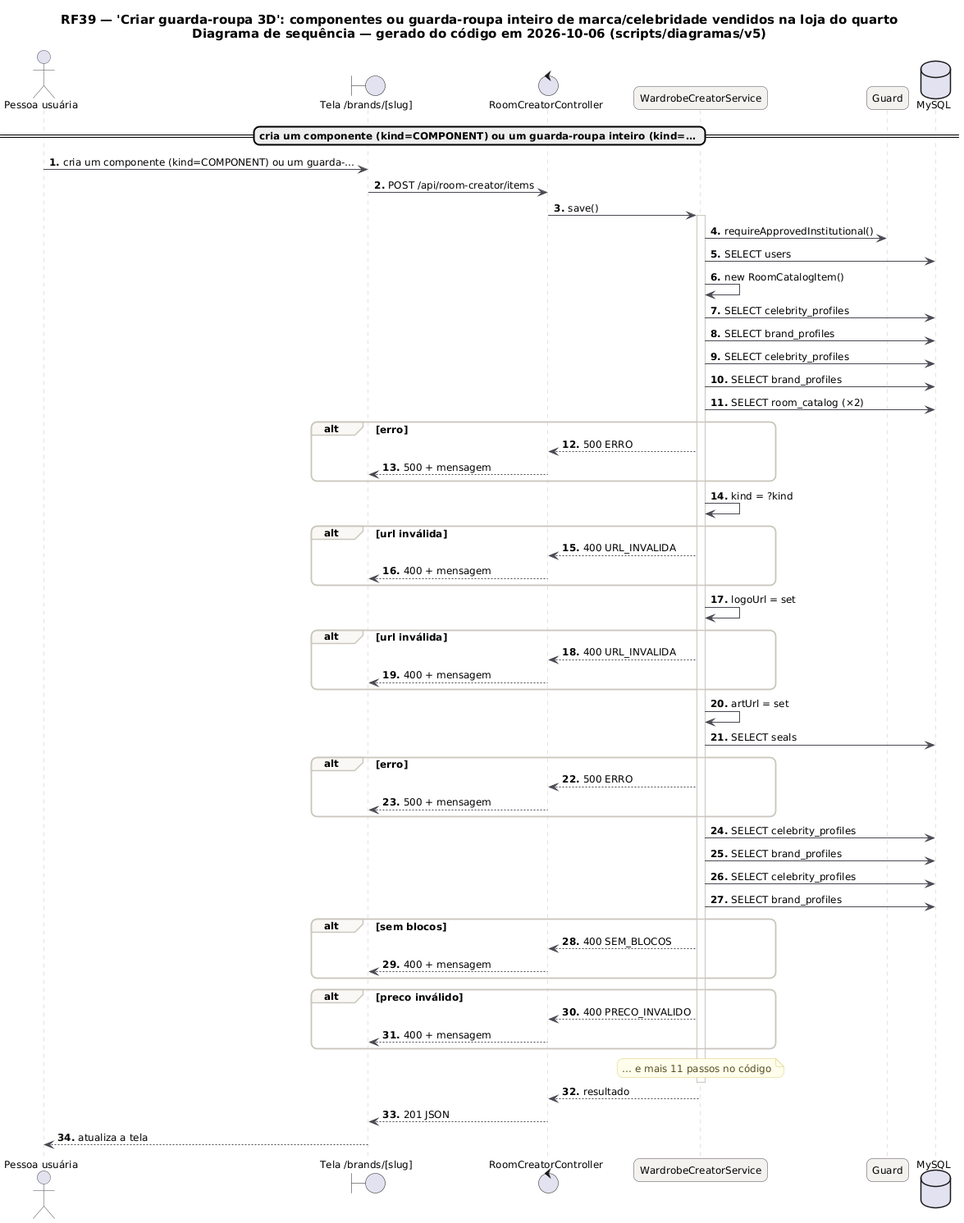
The PlantUML diagram docs/diagramas/RF39/RF39_Sequencia.png in MatheusHaliski/tcc-2026-fashion-ai-backend, before a commit.
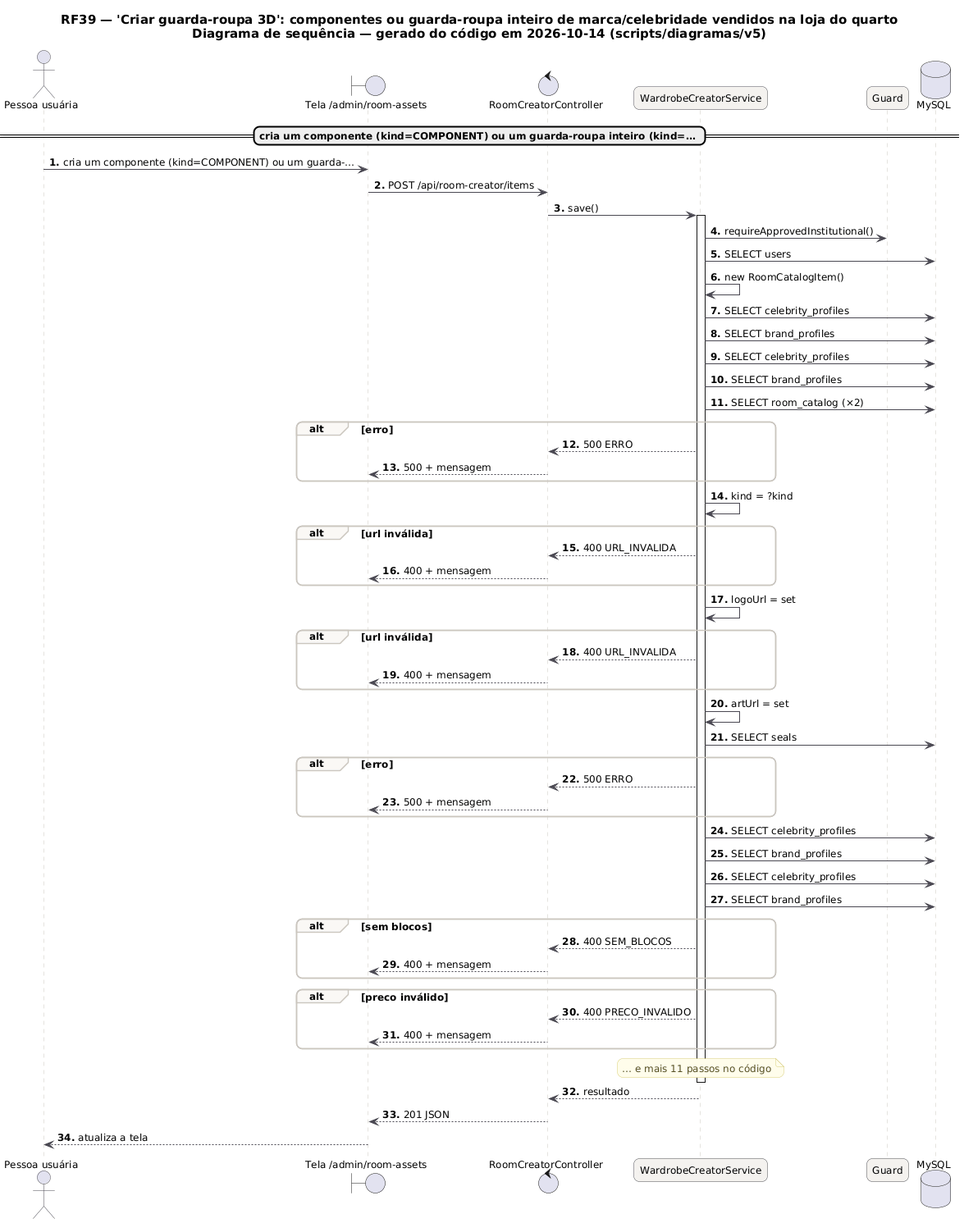
The same diagram one commit later.

The edit, as a diff of the source:
```diff
@@ -21,10 +21,10 @@
   GroupBackgroundColor #FAF8F5
 }
 autonumber "<b>0."
-title RF39 — 'Criar guarda-roupa 3D': componentes ou guarda-roupa inteiro de marca/celebridade vendidos na loja do quarto\nDiagrama de sequência — gerado do código em 2026-10-06 (scripts/diagramas/v5)
+title RF39 — 'Criar guarda-roupa 3D': componentes ou guarda-roupa inteiro de marca/celebridade vendidos na loja do quarto\nDiagrama de sequência — gerado do código em 2026-10-14 (scripts/diagramas/v5)
 
 actor "Pessoa usuária" as U
-boundary "Tela /brands/[slug]" as P
+boundary "Tela /admin/room-assets" as P
 control "RoomCreatorController" as RoomCreatorController
 participant "WardrobeCreatorService" as WardrobeCreatorService
 participant "Guard" as Guard
```
